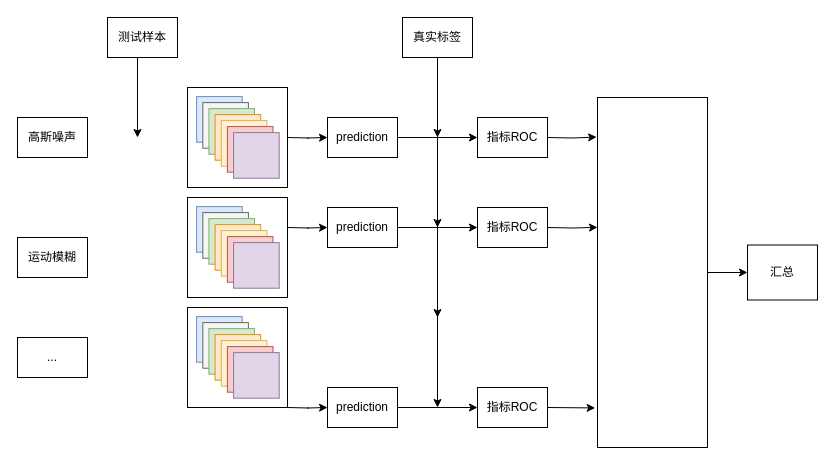
Before: page "Page-4" (4 of 7) of draw.io/Untitled Diagram.drawio in Peiiii/notes, a draw.io diagram. Source tidied: cells renumbered, new cells numbered last; positions are measured from the earlier drawing's top-left corner, leaving out a move shared by most shapes. Both pictures are drawn from the tidied source at 100%, with x=0, y=0 at pixel (17, 17).
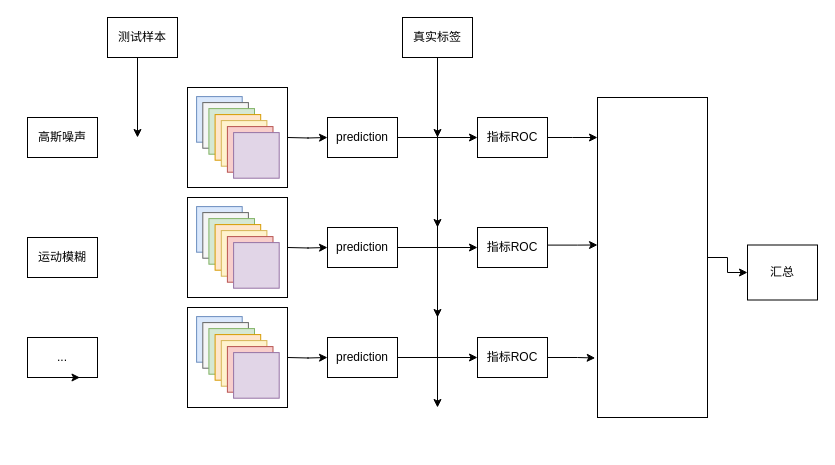
Above is the later version.

The change refers to these unchanged cells:
```xml
<mxCell id="7" value="指标ROC" style="rounded=0;whiteSpace=wrap;html=1;" parent="3" vertex="1">
  <mxGeometry x="280" y="20" width="70" height="40" as="geometry" />
</mxCell>
<mxCell id="8" style="group;" parent="1" vertex="1">
  <mxGeometry x="180" y="170" width="350" height="110" as="geometry" />
</mxCell>
```

Diff of the diagram source:
```diff
@@
     <mxCell id="9" style="edgeStyle=orthogonalEdgeStyle;rounded=0;orthogonalLoop=1;jettySize=auto;html=1;fontSize=48;" parent="8" edge="1">
       <mxGeometry relative="1" as="geometry">
-        <mxPoint x="200" y="40" as="sourcePoint" />
-        <mxPoint x="280" y="40" as="targetPoint" />
+        <mxPoint x="200" y="60" as="sourcePoint" />
+        <mxPoint x="280" y="60" as="targetPoint" />
       </mxGeometry>
     </mxCell>
     <mxCell id="10" style="edgeStyle=orthogonalEdgeStyle;rounded=0;orthogonalLoop=1;jettySize=auto;html=1;exitX=1;exitY=0.5;exitDx=0;exitDy=0;entryX=0;entryY=0.5;entryDx=0;entryDy=0;fontSize=48;" parent="8" edge="1">
       <mxGeometry relative="1" as="geometry">
-        <mxPoint x="90" y="40" as="sourcePoint" />
-        <mxPoint x="130" y="40" as="targetPoint" />
+        <mxPoint x="90" y="60" as="sourcePoint" />
+        <mxPoint x="130" y="60" as="targetPoint" />
       </mxGeometry>
     </mxCell>
     <mxCell id="11" value="prediction" style="rounded=0;whiteSpace=wrap;html=1;" parent="8" vertex="1">
-      <mxGeometry x="130" y="20" width="70" height="40" as="geometry" />
+      <mxGeometry x="130" y="40" width="70" height="40" as="geometry" />
     </mxCell>
     <mxCell id="12" value="指标ROC" style="rounded=0;whiteSpace=wrap;html=1;" parent="8" vertex="1">
-      <mxGeometry x="280" y="20" width="70" height="40" as="geometry" />
+      <mxGeometry x="280" y="40" width="70" height="40" as="geometry" />
     </mxCell>
@@
-    <mxCell id="23" style="group;" parent="1" vertex="1">
-      <mxGeometry x="180" y="350" width="350" height="80" as="geometry" />
-    </mxCell>
-    <mxCell id="24" style="edgeStyle=orthogonalEdgeStyle;rounded=0;orthogonalLoop=1;jettySize=auto;html=1;fontSize=48;" parent="23" edge="1">
-      <mxGeometry relative="1" as="geometry">
-        <mxPoint x="200" y="40" as="sourcePoint" />
-        <mxPoint x="280" y="40" as="targetPoint" />
-      </mxGeometry>
-    </mxCell>
-    <mxCell id="25" style="edgeStyle=orthogonalEdgeStyle;rounded=0;orthogonalLoop=1;jettySize=auto;html=1;exitX=1;exitY=0.5;exitDx=0;exitDy=0;entryX=0;entryY=0.5;entryDx=0;entryDy=0;fontSize=48;" parent="23" edge="1">
-      <mxGeometry relative="1" as="geometry">
-        <mxPoint x="90" y="40" as="sourcePoint" />
-        <mxPoint x="130" y="40" as="targetPoint" />
-      </mxGeometry>
-    </mxCell>
-    <mxCell id="26" value="prediction" style="rounded=0;whiteSpace=wrap;html=1;" parent="23" vertex="1">
-      <mxGeometry x="130" y="20" width="70" height="40" as="geometry" />
-    </mxCell>
-    <mxCell id="27" value="指标ROC" style="rounded=0;whiteSpace=wrap;html=1;" parent="23" vertex="1">
-      <mxGeometry x="280" y="20" width="70" height="40" as="geometry" />
-    </mxCell>
@@
     <mxCell id="29" style="rounded=0;whiteSpace=wrap;html=1;fontSize=48;" parent="1" vertex="1">
-      <mxGeometry x="580" y="80" width="110" height="350" as="geometry" />
+      <mxGeometry x="580" y="80" width="110" height="320" as="geometry" />
     </mxCell>
-    <mxCell id="30" style="edgeStyle=orthogonalEdgeStyle;rounded=0;jettySize=auto;html=1;exitX=1;exitY=0.5;exitDx=0;exitDy=0;entryX=-0.008;entryY=0.113;entryDx=0;entryDy=0;entryPerimeter=0;fontSize=48;" parent="1" edge="1" target="29">
-      <mxGeometry relative="1" as="geometry">
-        <mxPoint x="530" y="120" as="sourcePoint" />
-      </mxGeometry>
-    </mxCell>
-    <mxCell id="31" style="edgeStyle=orthogonalEdgeStyle;rounded=0;jettySize=auto;html=1;exitX=1;exitY=0.5;exitDx=0;exitDy=0;entryX=0;entryY=0.371;entryDx=0;entryDy=0;entryPerimeter=0;fontSize=48;" parent="1" edge="1" target="29">
+    <mxCell id="31" style="edgeStyle=orthogonalEdgeStyle;rounded=0;orthogonalLoop=1;jettySize=auto;html=1;exitX=1;exitY=0.5;exitDx=0;exitDy=0;entryX=0;entryY=0.371;entryDx=0;entryDy=0;entryPerimeter=0;fontSize=48;" parent="1" edge="1">
       <mxGeometry relative="1" as="geometry">
-        <mxPoint x="530" y="210" as="sourcePoint" />
+        <mxPoint x="530" y="227.6" as="sourcePoint" />
+        <mxPoint x="580" y="227.5" as="targetPoint" />
+        <Array as="points">
+          <mxPoint x="560" y="228" />
+          <mxPoint x="560" y="228" />
+        </Array>
       </mxGeometry>
     </mxCell>
-    <mxCell id="32" style="edgeStyle=orthogonalEdgeStyle;rounded=0;jettySize=auto;html=1;exitX=1;exitY=0.5;exitDx=0;exitDy=0;entryX=-0.021;entryY=0.887;entryDx=0;entryDy=0;entryPerimeter=0;fontSize=48;" parent="1" edge="1" target="29">
-      <mxGeometry relative="1" as="geometry">
-        <mxPoint x="530" y="390" as="sourcePoint" />
-      </mxGeometry>
-    </mxCell>
@@
     <mxCell id="36" value="高斯噪声" style="rounded=0;whiteSpace=wrap;html=1;" parent="1" vertex="1">
-      <mxGeometry y="100" width="70" height="40" as="geometry" />
+      <mxGeometry x="10" y="100" width="70" height="40" as="geometry" />
     </mxCell>
     <mxCell id="37" value="运动模糊" style="rounded=0;whiteSpace=wrap;html=1;" parent="1" vertex="1">
-      <mxGeometry y="220" width="70" height="40" as="geometry" />
+      <mxGeometry x="10" y="220" width="70" height="40" as="geometry" />
     </mxCell>
     <mxCell id="38" value="..." style="rounded=0;whiteSpace=wrap;html=1;" parent="1" vertex="1">
-      <mxGeometry y="320" width="70" height="40" as="geometry" />
+      <mxGeometry x="10" y="320" width="70" height="40" as="geometry" />
     </mxCell>
@@
+    <mxCell id="24" style="edgeStyle=orthogonalEdgeStyle;rounded=0;orthogonalLoop=1;jettySize=auto;html=1;fontSize=48;" parent="1" edge="1">
+      <mxGeometry relative="1" as="geometry">
+        <mxPoint x="380" y="340" as="sourcePoint" />
+        <mxPoint x="460" y="340" as="targetPoint" />
+      </mxGeometry>
+    </mxCell>
+    <mxCell id="25" style="edgeStyle=orthogonalEdgeStyle;rounded=0;orthogonalLoop=1;jettySize=auto;html=1;exitX=1;exitY=0.5;exitDx=0;exitDy=0;entryX=0;entryY=0.5;entryDx=0;entryDy=0;fontSize=48;" parent="1" edge="1">
+      <mxGeometry relative="1" as="geometry">
+        <mxPoint x="270" y="340" as="sourcePoint" />
+        <mxPoint x="310" y="340" as="targetPoint" />
+      </mxGeometry>
+    </mxCell>
+    <mxCell id="26" value="prediction" style="rounded=0;whiteSpace=wrap;html=1;" parent="1" vertex="1">
+      <mxGeometry x="310" y="320" width="70" height="40" as="geometry" />
+    </mxCell>
+    <mxCell id="27" value="指标ROC" style="rounded=0;whiteSpace=wrap;html=1;" parent="1" vertex="1">
+      <mxGeometry x="460" y="320" width="70" height="40" as="geometry" />
+    </mxCell>
+    <mxCell id="32" style="edgeStyle=orthogonalEdgeStyle;rounded=0;orthogonalLoop=1;jettySize=auto;html=1;exitX=1;exitY=0.5;exitDx=0;exitDy=0;entryX=-0.021;entryY=0.887;entryDx=0;entryDy=0;entryPerimeter=0;fontSize=48;" parent="1" edge="1">
+      <mxGeometry relative="1" as="geometry">
+        <mxPoint x="530" y="340" as="sourcePoint" />
+        <mxPoint x="577.7" y="340.5" as="targetPoint" />
+        <Array as="points">
+          <mxPoint x="560" y="340" />
+          <mxPoint x="560" y="340" />
+        </Array>
+      </mxGeometry>
+    </mxCell>
+    <mxCell id="64" style="edgeStyle=orthogonalEdgeStyle;rounded=0;jettySize=auto;html=1;" parent="1" edge="1" source="7">
+      <mxGeometry relative="1" as="geometry">
+        <mxPoint x="580" y="120" as="targetPoint" />
+      </mxGeometry>
+    </mxCell>
+    <mxCell id="65" style="edgeStyle=orthogonalEdgeStyle;rounded=0;orthogonalLoop=1;jettySize=auto;html=1;exitX=0.5;exitY=1;exitDx=0;exitDy=0;entryX=0.75;entryY=1;entryDx=0;entryDy=0;" parent="1" edge="1" source="38" target="38">
+      <mxGeometry relative="1" as="geometry" />
+    </mxCell>
```
